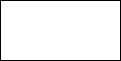
Earlier version of the draw.io export docs/volume/manual/imgs/sample.dio.png (ShunsukeNONOMURA/sandbox_fastapi). Source tidied: cells renumbered, new cells last; positions are measured from the earlier drawing's top-left corner, leaving out a move shared by most shapes. Source of this version:
```xml
<mxGraphModel>
  <root>
    <mxCell id="0" />
    <mxCell id="1" parent="0" />
    <mxCell id="2" style="rounded=0;whiteSpace=wrap;html=1;" parent="1" vertex="1">
      <mxGeometry width="120" height="60" as="geometry" />
    </mxCell>
  </root>
</mxGraphModel>
```
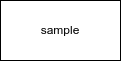
Later version of the same file.

Change to the diagram source:
```diff
@@ -2,7 +2,7 @@
   <root>
     <mxCell id="0" />
     <mxCell id="1" parent="0" />
-    <mxCell id="2" style="rounded=0;whiteSpace=wrap;html=1;" parent="1" vertex="1">
+    <mxCell id="2" value="sample" style="rounded=0;whiteSpace=wrap;html=1;" parent="1" vertex="1">
       <mxGeometry width="120" height="60" as="geometry" />
     </mxCell>
   </root>
```
